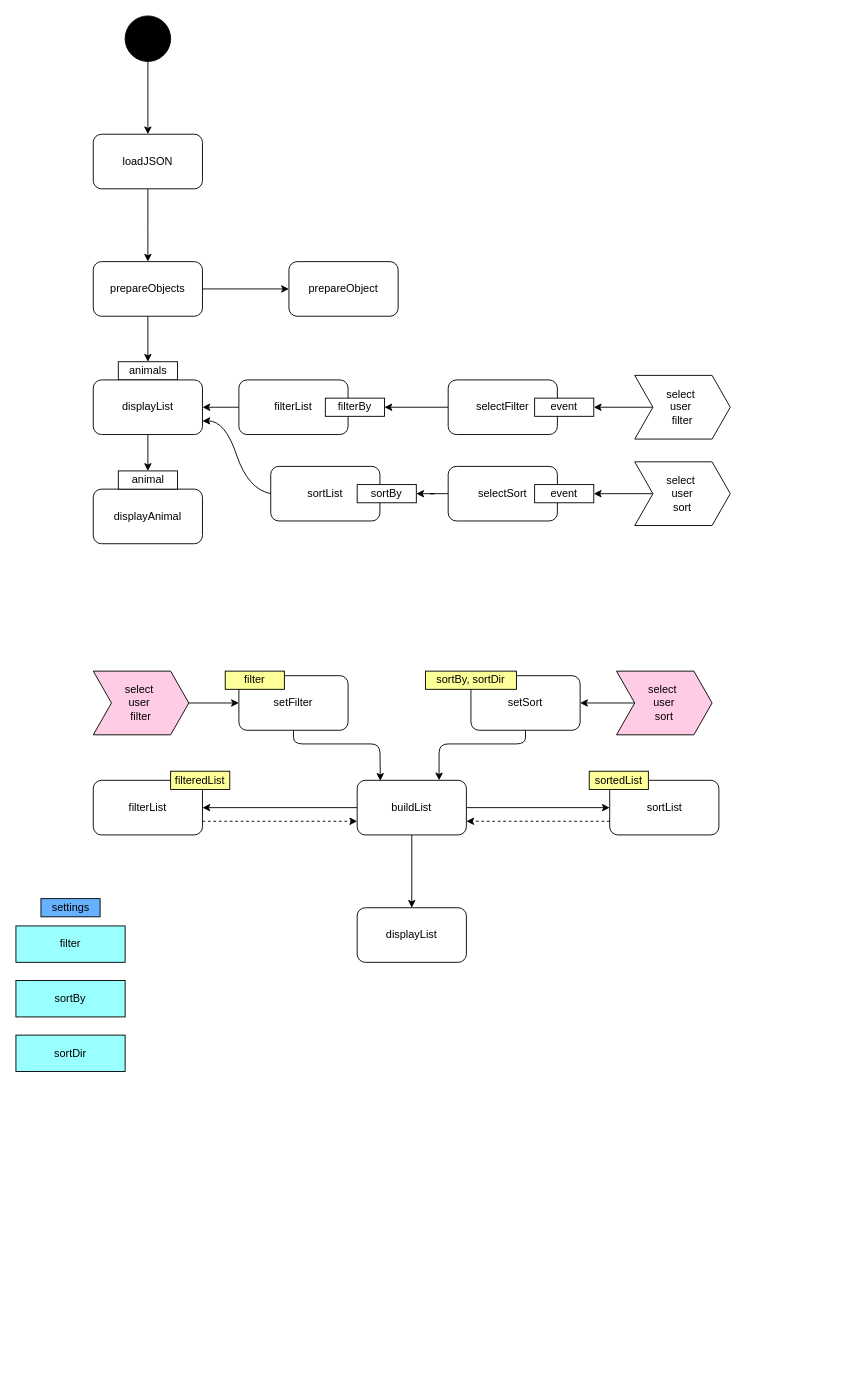
The draw.io diagram animalbase_filtering/filter_and_sorting.drawio in TheFred94/exercises, before the edit. Source tidied: cells renumbered, new cells numbered last; positions are measured from the earlier drawing's top-left corner, leaving out a move shared by most shapes. Both pictures are drawn from the tidied source at 91%, with x=0, y=0 at pixel (15, 15).
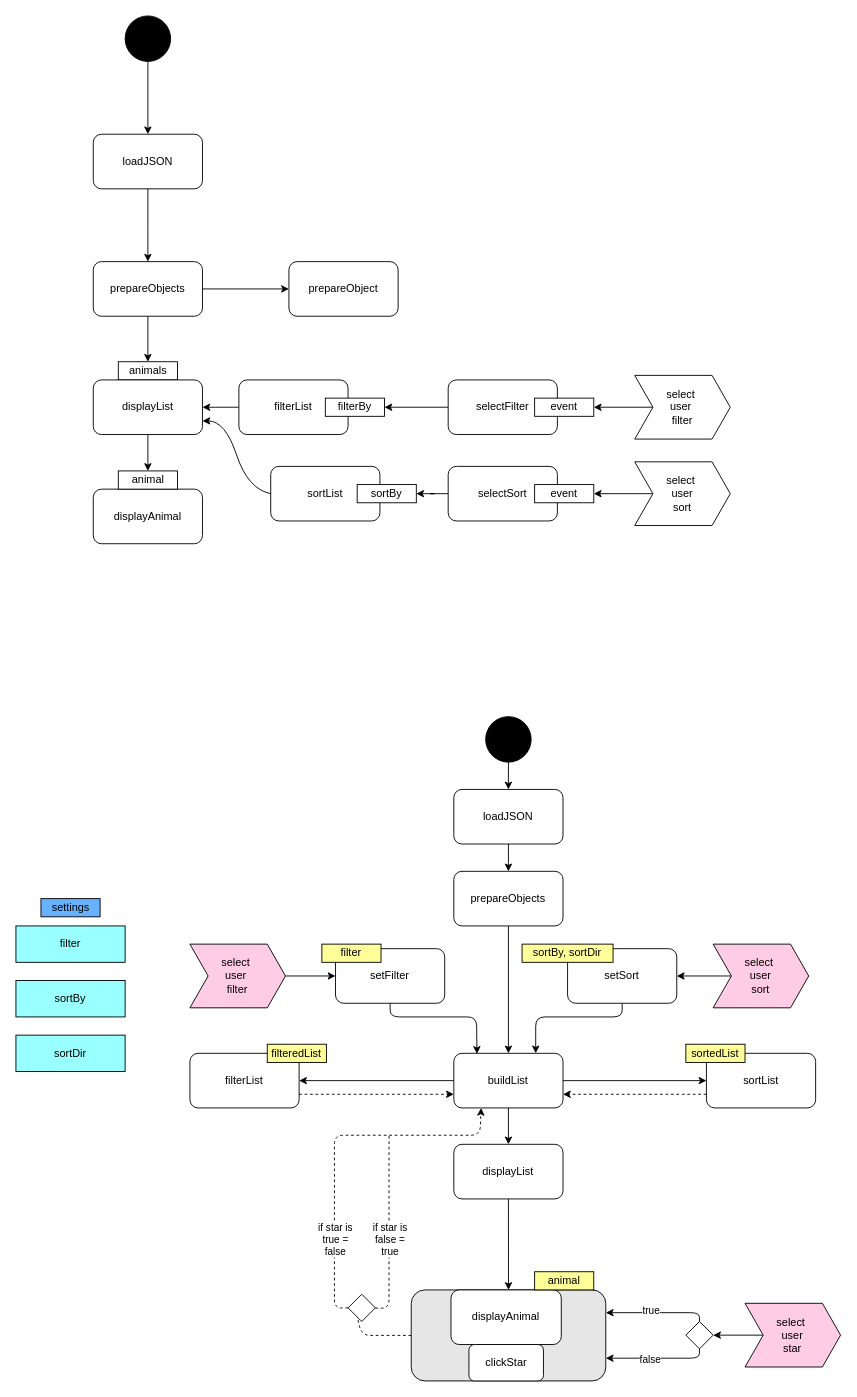
The same diagram, later.

The edit, as a diff of the source:
```diff
@@
+    <mxCell id="56" style="rounded=1;whiteSpace=wrap;html=1;fillColor=#E6E6E6;" parent="1" vertex="1">
+      <mxGeometry x="434.4" y="1400" width="213.8" height="100" as="geometry" />
+    </mxCell>
@@
     <mxCell id="32" value="select&amp;nbsp;&lt;br&gt;user&amp;nbsp;&lt;br&gt;filter&lt;br&gt;" style="shape=step;perimeter=stepPerimeter;whiteSpace=wrap;html=1;fixedSize=1;fillColor=#FFCCE6;" parent="1" vertex="1">
-      <mxGeometry x="85" y="720" width="105" height="70" as="geometry" />
+      <mxGeometry x="191.2" y="1020" width="105" height="70" as="geometry" />
     </mxCell>
@@
     <mxCell id="34" value="select&amp;nbsp;&lt;br&gt;user&lt;br&gt;sort&lt;br&gt;" style="shape=step;perimeter=stepPerimeter;whiteSpace=wrap;html=1;fixedSize=1;fillColor=#FFCCE6;" parent="1" vertex="1">
-      <mxGeometry x="660" y="720" width="105" height="70" as="geometry" />
+      <mxGeometry x="766.2" y="1020" width="105" height="70" as="geometry" />
     </mxCell>
     <mxCell id="35" style="edgeStyle=none;html=1;entryX=0.212;entryY=0.01;entryDx=0;entryDy=0;entryPerimeter=0;" parent="1" edge="1" source="36" target="42">
       <mxGeometry relative="1" as="geometry">
         <Array as="points">
-          <mxPoint x="305" y="800" />
-          <mxPoint x="400" y="800" />
+          <mxPoint x="411.2" y="1100" />
+          <mxPoint x="506.2" y="1100" />
         </Array>
       </mxGeometry>
     </mxCell>
     <mxCell id="36" value="setFilter" style="rounded=1;whiteSpace=wrap;html=1;fillColor=#FFFFFF;" parent="1" vertex="1">
-      <mxGeometry x="245" y="725" width="120" height="60" as="geometry" />
+      <mxGeometry x="351.2" y="1025" width="120" height="60" as="geometry" />
     </mxCell>
     <mxCell id="37" style="edgeStyle=none;html=1;entryX=0.75;entryY=0;entryDx=0;entryDy=0;" parent="1" edge="1" source="38" target="42">
       <mxGeometry relative="1" as="geometry">
         <Array as="points">
-          <mxPoint x="560" y="800" />
-          <mxPoint x="465" y="800" />
+          <mxPoint x="666.2" y="1100" />
+          <mxPoint x="571.2" y="1100" />
         </Array>
       </mxGeometry>
     </mxCell>
     <mxCell id="38" value="setSort" style="rounded=1;whiteSpace=wrap;html=1;fillColor=#FFFFFF;" parent="1" vertex="1">
-      <mxGeometry x="500" y="725" width="120" height="60" as="geometry" />
+      <mxGeometry x="606.2" y="1025" width="120" height="60" as="geometry" />
     </mxCell>
@@
     <mxCell id="42" value="buildList" style="rounded=1;whiteSpace=wrap;html=1;fillColor=#FFFFFF;" parent="1" vertex="1">
-      <mxGeometry x="375" y="840" width="120" height="60" as="geometry" />
+      <mxGeometry x="481.2" y="1140" width="120" height="60" as="geometry" />
     </mxCell>
     <mxCell id="43" value="filterList" style="rounded=1;whiteSpace=wrap;html=1;fillColor=#FFFFFF;" parent="1" vertex="1">
-      <mxGeometry x="85" y="840" width="120" height="60" as="geometry" />
+      <mxGeometry x="191.2" y="1140" width="120" height="60" as="geometry" />
     </mxCell>
     <mxCell id="44" value="filteredList" style="rounded=0;whiteSpace=wrap;html=1;fillColor=#FFFF99;" parent="1" vertex="1">
-      <mxGeometry x="170" y="830" width="65" height="20" as="geometry" />
+      <mxGeometry x="276.2" y="1130" width="65" height="20" as="geometry" />
     </mxCell>
     <mxCell id="45" value="sortList" style="rounded=1;whiteSpace=wrap;html=1;fillColor=#FFFFFF;" parent="1" vertex="1">
-      <mxGeometry x="652.5" y="840" width="120" height="60" as="geometry" />
+      <mxGeometry x="758.8" y="1140" width="120" height="60" as="geometry" />
     </mxCell>
@@
+    <mxCell id="57" style="edgeStyle=none;html=1;entryX=0.5;entryY=0;entryDx=0;entryDy=0;" parent="1" edge="1" source="48" target="56">
+      <mxGeometry relative="1" as="geometry" />
+    </mxCell>
     <mxCell id="48" value="displayList" style="rounded=1;whiteSpace=wrap;html=1;fillColor=#FFFFFF;" parent="1" vertex="1">
-      <mxGeometry x="375" y="980" width="120" height="60" as="geometry" />
+      <mxGeometry x="481.2" y="1240" width="120" height="60" as="geometry" />
     </mxCell>
@@
     <mxCell id="52" value="filter" style="rounded=0;whiteSpace=wrap;html=1;fillColor=#FFFF99;" parent="1" vertex="1">
-      <mxGeometry x="230" y="720" width="65" height="20" as="geometry" />
+      <mxGeometry x="336.2" y="1020" width="65" height="20" as="geometry" />
     </mxCell>
     <mxCell id="53" value="sortedList" style="rounded=0;whiteSpace=wrap;html=1;fillColor=#FFFF99;" parent="1" vertex="1">
-      <mxGeometry x="630" y="830" width="65" height="20" as="geometry" />
+      <mxGeometry x="736.2" y="1130" width="65" height="20" as="geometry" />
     </mxCell>
@@
     <mxCell id="55" value="sortBy, sortDir" style="rounded=0;whiteSpace=wrap;html=1;fillColor=#FFFF99;" parent="1" vertex="1">
-      <mxGeometry x="450" y="720" width="100" height="20" as="geometry" />
+      <mxGeometry x="556.2" y="1020" width="100" height="20" as="geometry" />
     </mxCell>
+    <mxCell id="58" style="endArrow=classic;html=1;rounded=0;exitX=0.5;exitY=1;exitDx=0;exitDy=0;" parent="1" edge="1" target="60">
+      <mxGeometry relative="1" as="geometry">
+        <mxPoint x="541.2" y="770" as="sourcePoint" />
+      </mxGeometry>
+    </mxCell>
+    <mxCell id="59" style="edgeStyle=orthogonalEdgeStyle;rounded=0;jettySize=auto;html=1;" parent="1" edge="1" source="60">
+      <mxGeometry relative="1" as="geometry">
+        <mxPoint x="541.2" y="940" as="targetPoint" />
+      </mxGeometry>
+    </mxCell>
+    <mxCell id="60" value="loadJSON" style="rounded=1;whiteSpace=wrap;html=1;fillColor=#FFFFFF;" parent="1" vertex="1">
+      <mxGeometry x="481.2" y="850" width="120" height="60" as="geometry" />
+    </mxCell>
+    <mxCell id="61" style="edgeStyle=none;html=1;entryX=0.5;entryY=0;entryDx=0;entryDy=0;" parent="1" edge="1" source="62" target="42">
+      <mxGeometry relative="1" as="geometry" />
+    </mxCell>
+    <mxCell id="62" value="prepareObjects" style="rounded=1;whiteSpace=wrap;html=1;fillColor=#FFFFFF;" parent="1" vertex="1">
+      <mxGeometry x="481.2" y="940" width="120" height="60" as="geometry" />
+    </mxCell>
+    <mxCell id="63" style="ellipse;whiteSpace=wrap;html=1;fillColor=#000000;" parent="1" vertex="1">
+      <mxGeometry x="516.2" y="770" width="50" height="50" as="geometry" />
+    </mxCell>
+    <mxCell id="64" value="displayAnimal" style="rounded=1;whiteSpace=wrap;html=1;fillColor=#FFFFFF;" parent="1" vertex="1">
+      <mxGeometry x="478.1" y="1400" width="121.2" height="60" as="geometry" />
+    </mxCell>
+    <mxCell id="65" value="animal" style="rounded=0;whiteSpace=wrap;html=1;fillColor=#FFFF99;" parent="1" vertex="1">
+      <mxGeometry x="570" y="1380" width="65" height="20" as="geometry" />
+    </mxCell>
+    <mxCell id="66" style="edgeStyle=none;html=1;exitX=0;exitY=0.5;exitDx=0;exitDy=0;" parent="1" edge="1" source="67" target="73">
+      <mxGeometry relative="1" as="geometry" />
+    </mxCell>
+    <mxCell id="67" value="select&amp;nbsp;&lt;br&gt;user&lt;br&gt;star" style="shape=step;perimeter=stepPerimeter;whiteSpace=wrap;html=1;fixedSize=1;fillColor=#FFCCE6;" parent="1" vertex="1">
+      <mxGeometry x="801.2" y="1414.7" width="105" height="70" as="geometry" />
+    </mxCell>
+    <mxCell id="68" value="clickStar" style="rounded=1;whiteSpace=wrap;html=1;fillColor=#FFFFFF;" parent="1" vertex="1">
+      <mxGeometry x="497.8" y="1460" width="81.9" height="40" as="geometry" />
+    </mxCell>
+    <mxCell id="69" style="edgeStyle=none;html=1;exitX=0.5;exitY=0;exitDx=0;exitDy=0;entryX=1;entryY=0.25;entryDx=0;entryDy=0;" parent="1" edge="1" source="73" target="56">
+      <mxGeometry relative="1" as="geometry">
+        <Array as="points">
+          <mxPoint x="751" y="1425" />
+        </Array>
+      </mxGeometry>
+    </mxCell>
+    <mxCell id="70" value="true" style="edgeLabel;html=1;align=center;verticalAlign=middle;fillColor=#CCFF99;" parent="69" vertex="1">
+      <mxGeometry x="0.29" y="-3" relative="1" as="geometry">
+        <mxPoint x="10" as="offset" />
+      </mxGeometry>
+    </mxCell>
+    <mxCell id="71" style="edgeStyle=none;html=1;exitX=0.5;exitY=1;exitDx=0;exitDy=0;entryX=1;entryY=0.75;entryDx=0;entryDy=0;" parent="1" edge="1" source="73" target="56">
+      <mxGeometry relative="1" as="geometry">
+        <Array as="points">
+          <mxPoint x="751" y="1475" />
+        </Array>
+      </mxGeometry>
+    </mxCell>
+    <mxCell id="72" value="false" style="edgeLabel;html=1;align=center;verticalAlign=middle;shadow=1;" parent="71" vertex="1">
+      <mxGeometry x="0.15" y="1" relative="1" as="geometry" />
+    </mxCell>
+    <mxCell id="73" style="rhombus;whiteSpace=wrap;html=1;fillColor=none;" parent="1" vertex="1">
+      <mxGeometry x="736.2" y="1434.7" width="30" height="30" as="geometry" />
+    </mxCell>
+    <mxCell id="74" style="html=1;labelBackgroundColor=#ffffff;startArrow=none;startFill=0;startSize=6;endArrow=classic;endFill=1;endSize=6;jettySize=auto;strokeWidth=1;dashed=1;fontSize=14;entryX=0.25;entryY=1;entryDx=0;entryDy=0;exitX=0;exitY=0.5;exitDx=0;exitDy=0;" parent="1" edge="1" source="77" target="42">
+      <mxGeometry relative="1" as="geometry">
+        <Array as="points">
+          <mxPoint x="350" y="1420" />
+          <mxPoint x="350" y="1230" />
+          <mxPoint x="510" y="1230" />
+        </Array>
+      </mxGeometry>
+    </mxCell>
+    <mxCell id="75" value="if star is&lt;br&gt;true =&lt;br&gt;false" style="edgeLabel;html=1;align=center;verticalAlign=middle;" parent="74" vertex="1">
+      <mxGeometry x="-0.54" relative="1" as="geometry" />
+    </mxCell>
+    <mxCell id="76" style="html=1;labelBackgroundColor=#ffffff;startArrow=none;startFill=0;startSize=6;endArrow=none;endFill=1;endSize=6;jettySize=auto;strokeWidth=1;dashed=1;fontSize=14;entryX=0.25;entryY=1;entryDx=0;entryDy=0;exitX=0;exitY=0.5;exitDx=0;exitDy=0;" parent="1" edge="1" source="56" target="77">
+      <mxGeometry relative="1" as="geometry">
+        <Array as="points">
+          <mxPoint x="380" y="1450" />
+        </Array>
+      </mxGeometry>
+    </mxCell>
+    <mxCell id="77" style="rhombus;whiteSpace=wrap;html=1;fillColor=none;" parent="1" vertex="1">
+      <mxGeometry x="365" y="1404.7" width="30" height="30" as="geometry" />
+    </mxCell>
+    <mxCell id="78" style="endArrow=none;dashed=1;html=1;" parent="1" edge="1">
+      <mxGeometry relative="1" as="geometry">
+        <mxPoint x="395" y="1420" as="sourcePoint" />
+        <mxPoint x="410" y="1230" as="targetPoint" />
+        <Array as="points">
+          <mxPoint x="410" y="1420" />
+        </Array>
+      </mxGeometry>
+    </mxCell>
+    <mxCell id="79" value="if star is&lt;br&gt;false =&lt;br&gt;true" style="edgeLabel;html=1;align=center;verticalAlign=middle;" parent="78" vertex="1">
+      <mxGeometry x="-0.11" relative="1" as="geometry" />
+    </mxCell>
```
